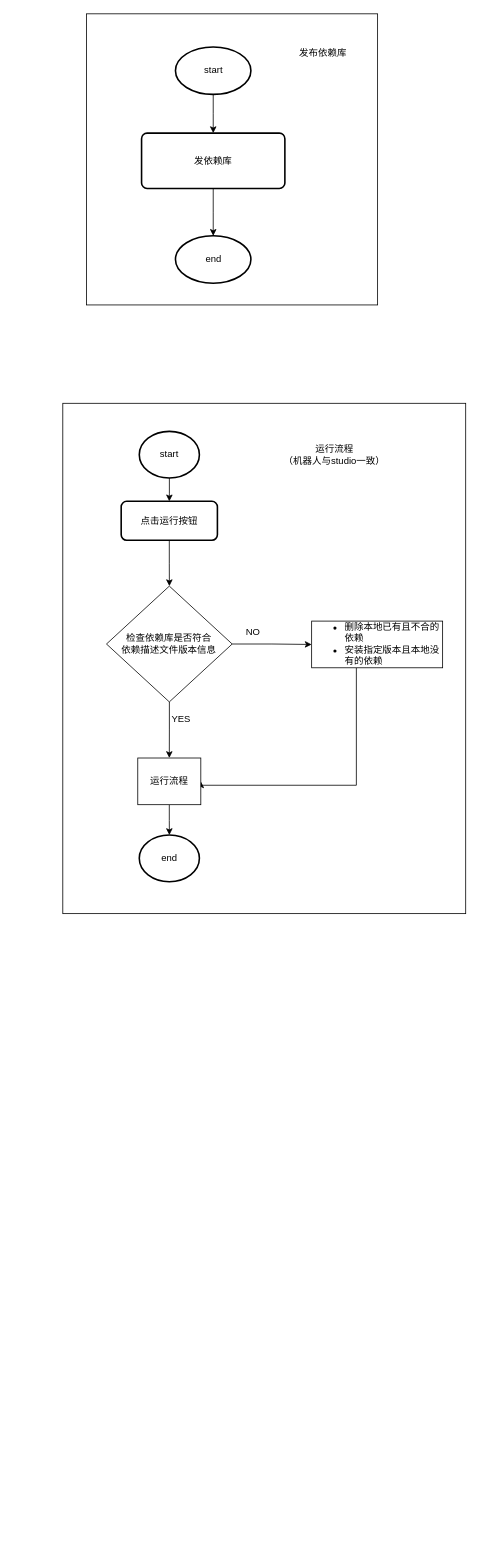
Earlier version of the draw.io diagram dg/交行依赖库更新流程.drawio (KevinBrother/draw). Source tidied: cells renumbered, new cells numbered last; positions are measured from the earlier drawing's top-left corner, leaving out a move shared by most shapes. Both pictures are drawn from the tidied source at 79%, with x=0, y=0 at pixel (62, 13).
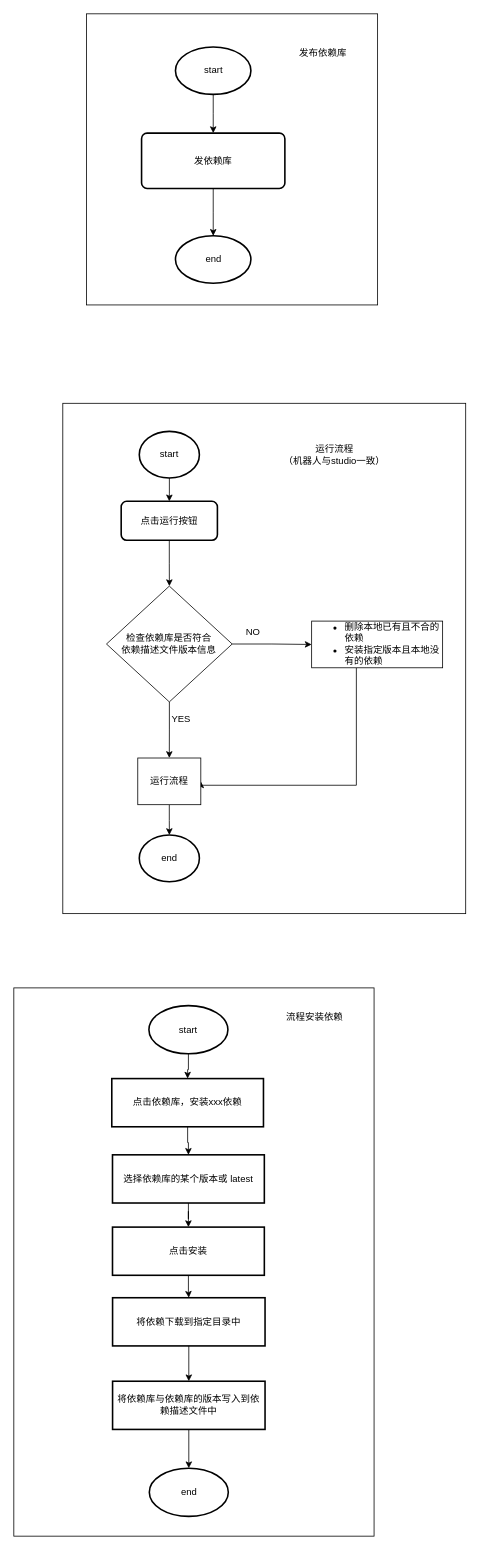
Above is the later version.

Commit message (it also covers changes not shown here):
更新交行依赖库更新流程.drawio

The edit, as a diff of the source:
```diff
@@
+    <mxCell id="26" style="group;strokeColor=default;" parent="1" vertex="1">
+      <mxGeometry x="-62" y="1233" width="456" height="694" as="geometry" />
+    </mxCell>
+    <mxCell id="27" value="start" style="strokeWidth=2;html=1;shape=mxgraph.flowchart.start_1;whiteSpace=wrap;strokeColor=default;" parent="26" vertex="1">
+      <mxGeometry x="171" y="22.4" width="100" height="61" as="geometry" />
+    </mxCell>
+    <mxCell id="28" value="end" style="strokeWidth=2;html=1;shape=mxgraph.flowchart.start_1;whiteSpace=wrap;strokeColor=default;" parent="26" vertex="1">
+      <mxGeometry x="171.5" y="608" width="100" height="61" as="geometry" />
+    </mxCell>
+    <mxCell id="29" value="点击依赖库，安装xxx依赖" style="whiteSpace=wrap;html=1;strokeWidth=2;" parent="26" vertex="1">
+      <mxGeometry x="124" y="114.8" width="192" height="61" as="geometry" />
+    </mxCell>
+    <mxCell id="30" style="edgeStyle=orthogonalEdgeStyle;rounded=0;jettySize=auto;html=1;" parent="26" edge="1" source="27" target="29">
+      <mxGeometry relative="1" as="geometry" />
+    </mxCell>
+    <mxCell id="31" value="选择依赖库的某个版本或 latest" style="whiteSpace=wrap;html=1;strokeWidth=2;" parent="26" vertex="1">
+      <mxGeometry x="124.9" y="211.3" width="192.2" height="61" as="geometry" />
+    </mxCell>
+    <mxCell id="32" style="edgeStyle=orthogonalEdgeStyle;rounded=0;jettySize=auto;html=1;" parent="26" edge="1" source="29" target="31">
+      <mxGeometry relative="1" as="geometry" />
+    </mxCell>
+    <mxCell id="33" value="点击安装" style="whiteSpace=wrap;html=1;strokeWidth=2;" parent="26" vertex="1">
+      <mxGeometry x="124.9" y="302.8" width="192.2" height="61" as="geometry" />
+    </mxCell>
+    <mxCell id="34" style="edgeStyle=orthogonalEdgeStyle;rounded=0;jettySize=auto;html=1;" parent="26" edge="1" source="31" target="33">
+      <mxGeometry relative="1" as="geometry" />
+    </mxCell>
+    <mxCell id="35" value="将依赖下载到指定目录中" style="whiteSpace=wrap;html=1;strokeWidth=2;strokeColor=default;" parent="26" vertex="1">
+      <mxGeometry x="125" y="392.2" width="193" height="61" as="geometry" />
+    </mxCell>
+    <mxCell id="36" style="edgeStyle=orthogonalEdgeStyle;rounded=0;jettySize=auto;html=1;" parent="26" edge="1" source="33" target="35">
+      <mxGeometry relative="1" as="geometry" />
+    </mxCell>
+    <mxCell id="37" style="edgeStyle=orthogonalEdgeStyle;rounded=0;jettySize=auto;html=1;" parent="26" edge="1" source="38" target="28">
+      <mxGeometry relative="1" as="geometry" />
+    </mxCell>
+    <mxCell id="38" value="将依赖库与依赖库的版本写入到依赖描述文件中" style="whiteSpace=wrap;html=1;strokeWidth=2;strokeColor=default;" parent="26" vertex="1">
+      <mxGeometry x="125" y="497.9" width="193" height="61" as="geometry" />
+    </mxCell>
+    <mxCell id="39" style="edgeStyle=orthogonalEdgeStyle;rounded=0;jettySize=auto;html=1;" parent="26" edge="1" source="35" target="38">
+      <mxGeometry relative="1" as="geometry" />
+    </mxCell>
+    <mxCell id="40" value="流程安装依赖" style="text;html=1;strokeColor=none;fillColor=none;align=center;verticalAlign=middle;whiteSpace=wrap;rounded=0;" parent="26" vertex="1">
+      <mxGeometry x="323" y="22.4" width="116" height="30" as="geometry" />
+    </mxCell>
```
